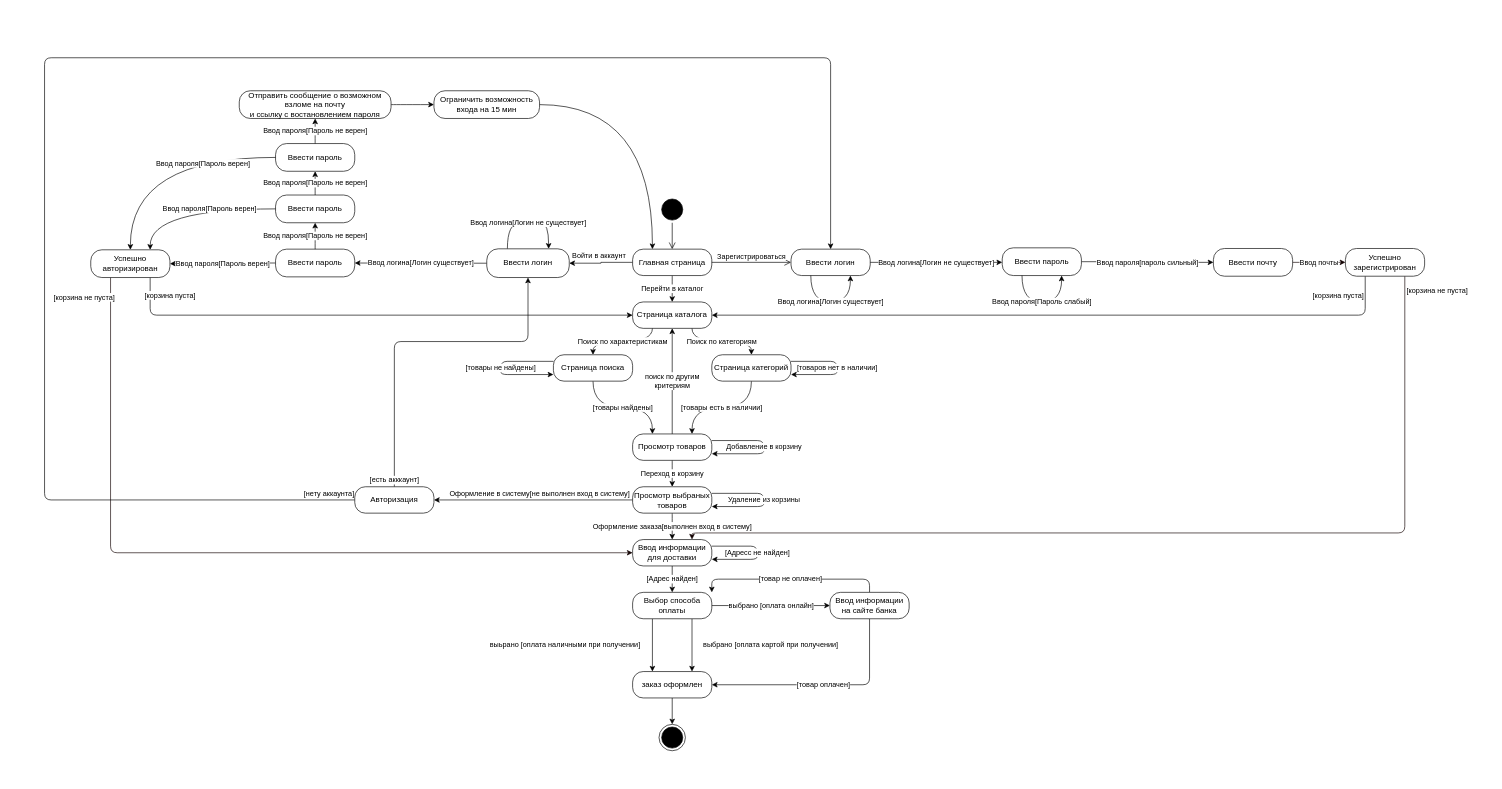
Before: automat.drawio in randomunrandom/MSS, a draw.io diagram. Source tidied: cells renumbered, new cells numbered last; positions are measured from the earlier drawing's top-left corner, leaving out a move shared by most shapes. Both pictures are drawn from the tidied source at 66%, with x=0, y=0 at pixel (44, 57).
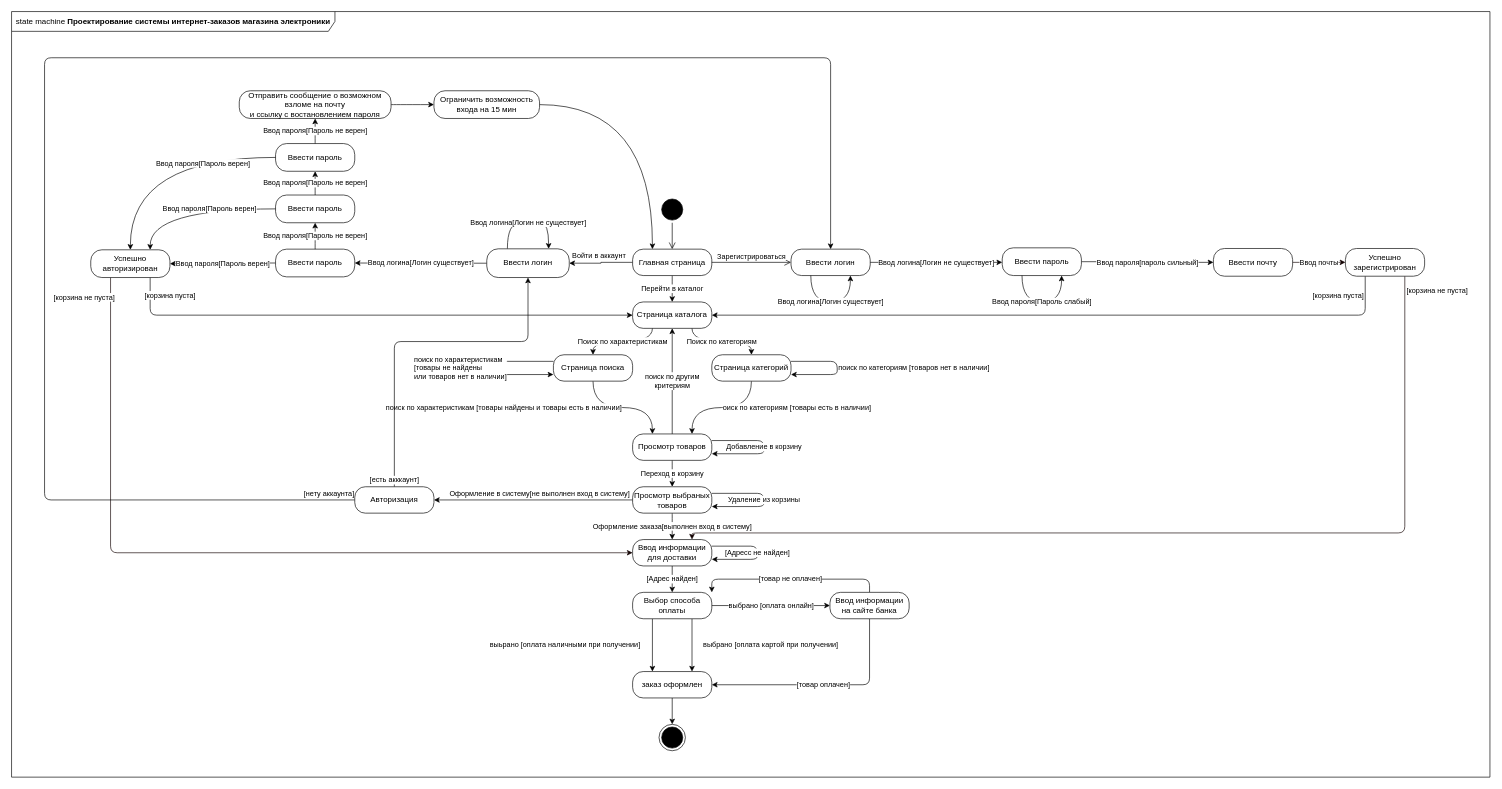
The same diagram, later.

Unchanged cells that the change refers to:
```xml
<mxCell id="43" value="Страница категорий" style="rounded=1;whiteSpace=wrap;html=1;arcSize=40;" parent="1" vertex="1">
  <mxGeometry x="1011" y="450" width="120" height="40" as="geometry" />
</mxCell>
<mxCell id="45" value="Страница поиска" style="rounded=1;whiteSpace=wrap;html=1;arcSize=40;" parent="1" vertex="1">
  <mxGeometry x="771" y="450" width="120" height="40" as="geometry" />
</mxCell>
<mxCell id="49" value="Просмотр товаров" style="rounded=1;whiteSpace=wrap;html=1;arcSize=40;" parent="1" vertex="1">
  <mxGeometry x="891" y="570" width="120" height="40" as="geometry" />
</mxCell>
```

The edit, as a diff of the source:
```diff
@@
+    <mxCell id="71" value="state machine &lt;b&gt;Проектирование системы интернет-заказов магазина электроники&lt;/b&gt; " style="shape=umlFrame;whiteSpace=wrap;html=1;width=490;height=30;" parent="1" vertex="1">
+      <mxGeometry x="-50" y="-70" width="2240" height="1160" as="geometry" />
+    </mxCell>
@@
-    <mxCell id="41" value="[товары есть в наличии]" style="edgeStyle=orthogonalEdgeStyle;curved=1;jettySize=auto;html=1;exitX=0.5;exitY=1;exitDx=0;exitDy=0;entryX=0.75;entryY=0;entryDx=0;entryDy=0;" parent="1" edge="1" source="43" target="49">
+    <mxCell id="41" value="&lt;div align=&quot;left&quot;&gt;оиск по категориям [товары есть в наличии]&lt;/div&gt;" style="edgeStyle=orthogonalEdgeStyle;curved=1;jettySize=auto;html=1;exitX=0.5;exitY=1;exitDx=0;exitDy=0;entryX=0.75;entryY=0;entryDx=0;entryDy=0;align=left;" parent="1" edge="1" source="43" target="49">
       <mxGeometry relative="1" as="geometry" />
     </mxCell>
-    <mxCell id="42" value="[товаров нет в наличии]" style="edgeStyle=orthogonalEdgeStyle;orthogonalLoop=1;jettySize=auto;html=1;exitX=1;exitY=0.25;exitDx=0;exitDy=0;entryX=1;entryY=0.75;entryDx=0;entryDy=0;rounded=1;" parent="1" edge="1" source="43" target="43">
+    <mxCell id="42" value="&lt;div align=&quot;left&quot;&gt;поиск по категориям [товаров нет в наличии]&lt;/div&gt;" style="edgeStyle=orthogonalEdgeStyle;orthogonalLoop=1;jettySize=auto;html=1;exitX=1;exitY=0.25;exitDx=0;exitDy=0;entryX=1;entryY=0.75;entryDx=0;entryDy=0;rounded=1;align=left;" parent="1" edge="1" source="43" target="43">
       <mxGeometry relative="1" as="geometry">
         <Array as="points">
           <mxPoint x="1201" y="460" />
           <mxPoint x="1201" y="480" />
         </Array>
       </mxGeometry>
     </mxCell>
@@
-    <mxCell id="44" value="[товары найдены]" style="edgeStyle=orthogonalEdgeStyle;curved=1;jettySize=auto;html=1;entryX=0.25;entryY=0;entryDx=0;entryDy=0;" parent="1" edge="1" source="45" target="49">
+    <mxCell id="44" value="&lt;div align=&quot;right&quot;&gt;поиск по характеристикам [товары найдены и товары есть в наличии]&lt;/div&gt;" style="edgeStyle=orthogonalEdgeStyle;curved=1;jettySize=auto;html=1;entryX=0.25;entryY=0;entryDx=0;entryDy=0;align=right;" parent="1" edge="1" source="45" target="49">
       <mxGeometry relative="1" as="geometry" />
     </mxCell>
@@
-    <mxCell id="65" value="[товары не найдены]" style="edgeStyle=orthogonalEdgeStyle;orthogonalLoop=1;jettySize=auto;html=1;exitX=0;exitY=0.25;exitDx=0;exitDy=0;entryX=0;entryY=0.75;entryDx=0;entryDy=0;rounded=1;" parent="1" edge="1" source="45" target="45">
-      <mxGeometry relative="1" as="geometry">
+    <mxCell id="65" value="&lt;div align=&quot;left&quot;&gt;поиск по характеристикам&lt;br&gt;[товары не найдены&lt;br&gt;&lt;/div&gt;или товаров нет в наличии]" style="edgeStyle=orthogonalEdgeStyle;orthogonalLoop=1;jettySize=auto;html=1;exitX=0;exitY=0.25;exitDx=0;exitDy=0;entryX=0;entryY=0.75;entryDx=0;entryDy=0;rounded=1;" parent="1" edge="1" source="45" target="45">
+      <mxGeometry x="0.11" y="62" relative="1" as="geometry">
         <Array as="points">
           <mxPoint x="691" y="460" />
           <mxPoint x="691" y="480" />
         </Array>
+        <mxPoint x="-61" y="52" as="offset" />
       </mxGeometry>
     </mxCell>
```
